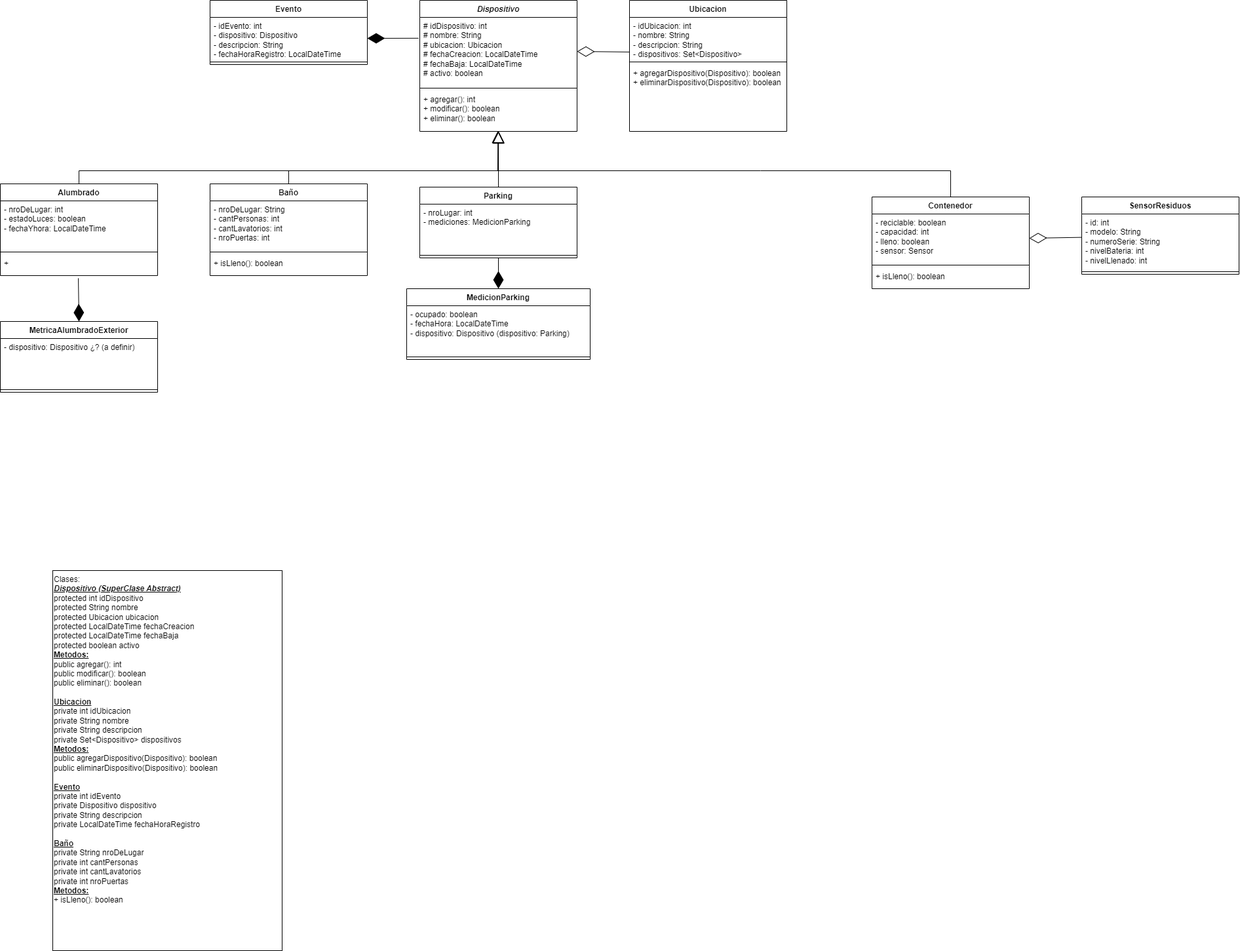
BarbaraNewman/grupo-17-OO2-2023 keeps this draw.io diagram as Diagrama de Clases - Grupo 17.png. Above is the earlier version. Source tidied: cells renumbered, new cells last; positions are measured from the earlier drawing's top-left corner, leaving out a move shared by most shapes.
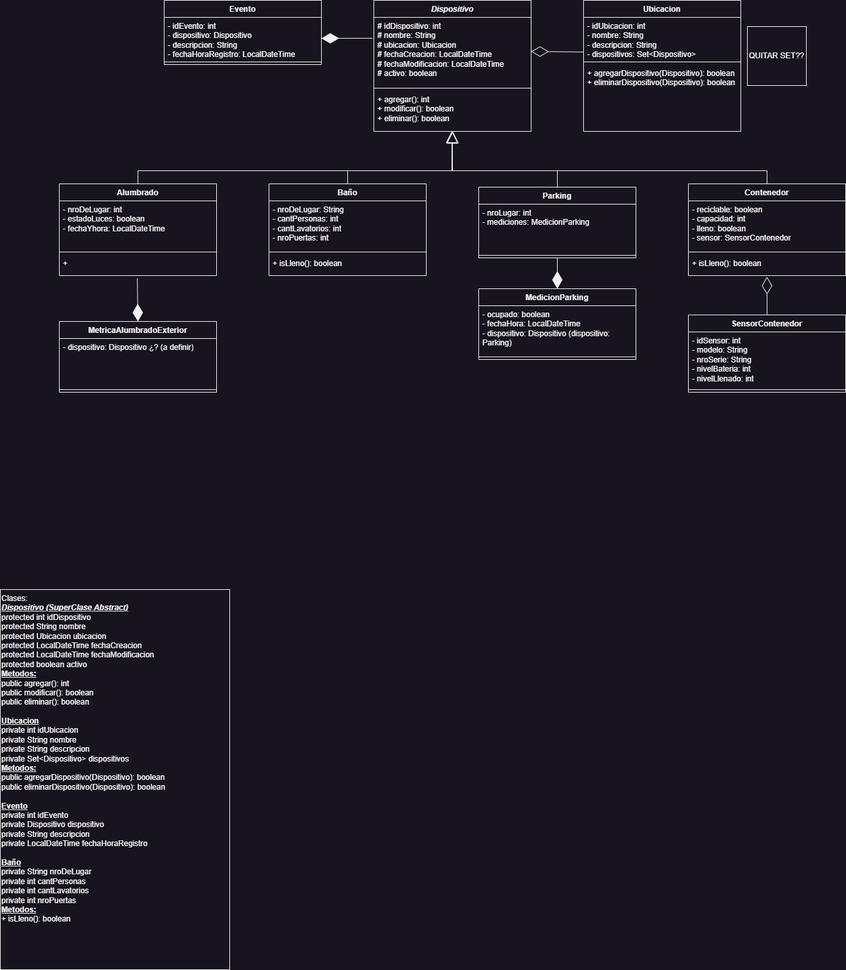
After the commit.

Commit message:
Update Diagrama de Clases

What changed in the source:
```diff
@@ -3,7 +3,7 @@
     <mxCell id="0" />
     <mxCell id="1" parent="0" />
     <mxCell id="2" value="Ubicacion" style="swimlane;fontStyle=1;align=center;verticalAlign=top;horizontal=1;startSize=26;whiteSpace=wrap;html=1;" parent="1" vertex="1">
-      <mxGeometry x="960" width="240" height="200" as="geometry" />
+      <mxGeometry x="970" y="-29" width="240" height="200" as="geometry" />
     </mxCell>
     <mxCell id="3" value="- idUbicacion: int&lt;br&gt;- nombre: String&lt;br&gt;- descripcion: String&lt;br&gt;- dispositivos: Set&amp;lt;Dispositivo&amp;gt;" style="text;strokeColor=none;fillColor=none;align=left;verticalAlign=top;spacingLeft=4;spacingRight=4;overflow=hidden;points=[[0,0.5],[1,0.5]];portConstraint=eastwest;whiteSpace=wrap;html=1;" parent="2" vertex="1">
       <mxGeometry y="26" width="240" height="64" as="geometry" />
@@ -15,9 +15,9 @@
       <mxGeometry y="98" width="240" height="102" as="geometry" />
     </mxCell>
     <mxCell id="6" value="&lt;i&gt;Dispositivo&lt;/i&gt;" style="swimlane;fontStyle=1;align=center;verticalAlign=top;horizontal=1;startSize=26;whiteSpace=wrap;html=1;" parent="1" vertex="1">
-      <mxGeometry x="640" width="240" height="200" as="geometry" />
+      <mxGeometry x="650" y="-29" width="240" height="200" as="geometry" />
     </mxCell>
-    <mxCell id="7" value="# idDispositivo: int&lt;br&gt;# nombre: String&lt;br&gt;# ubicacion: Ubicacion&lt;br&gt;# fechaCreacion: LocalDateTime&lt;br&gt;# fechaBaja: LocalDateTime&lt;br&gt;# activo: boolean" style="text;strokeColor=none;fillColor=none;align=left;verticalAlign=top;spacingLeft=4;spacingRight=4;overflow=hidden;points=[[0,0.5],[1,0.5]];portConstraint=eastwest;whiteSpace=wrap;html=1;" parent="6" vertex="1">
+    <mxCell id="7" value="# idDispositivo: int&lt;br&gt;# nombre: String&lt;br&gt;# ubicacion: Ubicacion&lt;br&gt;# fechaCreacion: LocalDateTime&lt;br&gt;# fechaModificacion: LocalDateTime&lt;br&gt;# activo: boolean" style="text;strokeColor=none;fillColor=none;align=left;verticalAlign=top;spacingLeft=4;spacingRight=4;overflow=hidden;points=[[0,0.5],[1,0.5]];portConstraint=eastwest;whiteSpace=wrap;html=1;" parent="6" vertex="1">
       <mxGeometry y="26" width="240" height="104" as="geometry" />
     </mxCell>
     <mxCell id="8" style="line;strokeWidth=1;fillColor=none;align=left;verticalAlign=middle;spacingTop=-1;spacingLeft=3;spacingRight=3;labelPosition=right;strokeColor=inherit;" parent="6" vertex="1">
@@ -27,9 +27,9 @@
       <mxGeometry y="138" width="240" height="62" as="geometry" />
     </mxCell>
     <mxCell id="10" value="Contenedor" style="swimlane;fontStyle=1;align=center;verticalAlign=top;horizontal=1;startSize=26;whiteSpace=wrap;html=1;" parent="1" vertex="1">
-      <mxGeometry x="1330" y="300" width="240" height="140" as="geometry" />
+      <mxGeometry x="1130" y="251" width="240" height="140" as="geometry" />
     </mxCell>
-    <mxCell id="11" value="- reciclable: boolean&lt;br&gt;- capacidad: int&lt;br&gt;- lleno: boolean&lt;br&gt;- sensor: Sensor" style="text;strokeColor=none;fillColor=none;align=left;verticalAlign=top;spacingLeft=4;spacingRight=4;overflow=hidden;points=[[0,0.5],[1,0.5]];portConstraint=eastwest;whiteSpace=wrap;html=1;" parent="10" vertex="1">
+    <mxCell id="11" value="- reciclable: boolean&lt;br&gt;- capacidad: int&lt;br&gt;- lleno: boolean&lt;br&gt;- sensor: SensorContenedor" style="text;strokeColor=none;fillColor=none;align=left;verticalAlign=top;spacingLeft=4;spacingRight=4;overflow=hidden;points=[[0,0.5],[1,0.5]];portConstraint=eastwest;whiteSpace=wrap;html=1;" parent="10" vertex="1">
       <mxGeometry y="26" width="240" height="74" as="geometry" />
     </mxCell>
     <mxCell id="12" style="line;strokeWidth=1;fillColor=none;align=left;verticalAlign=middle;spacingTop=-1;spacingLeft=3;spacingRight=3;labelPosition=right;strokeColor=inherit;" parent="10" vertex="1">
@@ -41,29 +41,29 @@
     <mxCell id="14" style="endArrow=block;endSize=16;endFill=0;html=1;rounded=0;exitX=0.5;exitY=0;exitDx=0;exitDy=0;entryX=0.5;entryY=1;entryDx=0;entryDy=0;entryPerimeter=0;" parent="1" edge="1" source="10" target="9">
       <mxGeometry relative="1" as="geometry">
         <Array as="points">
-          <mxPoint x="1450" y="260" />
-          <mxPoint x="1160" y="260" />
-          <mxPoint x="760" y="260" />
+          <mxPoint x="1250" y="231" />
+          <mxPoint x="930" y="231" />
+          <mxPoint x="770" y="231" />
         </Array>
       </mxGeometry>
     </mxCell>
     <mxCell id="15" style="endArrow=diamondThin;endFill=0;endSize=24;html=1;rounded=0;entryX=1;entryY=0.5;entryDx=0;entryDy=0;exitX=0;exitY=0.826;exitDx=0;exitDy=0;exitPerimeter=0;" parent="1" edge="1" source="3" target="7">
       <mxGeometry relative="1" as="geometry" />
     </mxCell>
-    <mxCell id="16" value="SensorResiduos" style="swimlane;fontStyle=1;align=center;verticalAlign=top;horizontal=1;startSize=26;whiteSpace=wrap;html=1;" parent="1" vertex="1">
-      <mxGeometry x="1650" y="300" width="240" height="118" as="geometry" />
+    <mxCell id="16" value="SensorContenedor" style="swimlane;fontStyle=1;align=center;verticalAlign=top;horizontal=1;startSize=26;whiteSpace=wrap;html=1;" parent="1" vertex="1">
+      <mxGeometry x="1130" y="451" width="240" height="118" as="geometry" />
     </mxCell>
-    <mxCell id="17" value="- id: int&lt;br&gt;- modelo: String&lt;br&gt;- numeroSerie: String&lt;br&gt;- nivelBateria: int&lt;br&gt;- nivelLlenado: int" style="text;strokeColor=none;fillColor=none;align=left;verticalAlign=top;spacingLeft=4;spacingRight=4;overflow=hidden;points=[[0,0.5],[1,0.5]];portConstraint=eastwest;whiteSpace=wrap;html=1;" parent="16" vertex="1">
+    <mxCell id="17" value="- idSensor: int&lt;br&gt;- modelo: String&lt;br&gt;- nroSerie: String&lt;br&gt;- nivelBateria: int&lt;br&gt;- nivelLlenado: int" style="text;strokeColor=none;fillColor=none;align=left;verticalAlign=top;spacingLeft=4;spacingRight=4;overflow=hidden;points=[[0,0.5],[1,0.5]];portConstraint=eastwest;whiteSpace=wrap;html=1;" parent="16" vertex="1">
       <mxGeometry y="26" width="240" height="84" as="geometry" />
     </mxCell>
     <mxCell id="18" style="line;strokeWidth=1;fillColor=none;align=left;verticalAlign=middle;spacingTop=-1;spacingLeft=3;spacingRight=3;labelPosition=right;strokeColor=inherit;" parent="16" vertex="1">
       <mxGeometry y="110" width="240" height="8" as="geometry" />
     </mxCell>
-    <mxCell id="19" style="endArrow=diamondThin;endFill=0;endSize=24;html=1;rounded=0;entryX=1;entryY=0.5;entryDx=0;entryDy=0;exitX=0.002;exitY=0.424;exitDx=0;exitDy=0;exitPerimeter=0;" parent="1" edge="1" source="17" target="11">
+    <mxCell id="19" style="endArrow=diamondThin;endFill=0;endSize=24;html=1;rounded=0;entryX=0.5;entryY=1.059;entryDx=0;entryDy=0;exitX=0.5;exitY=0;exitDx=0;exitDy=0;entryPerimeter=0;" parent="1" edge="1" source="16" target="13">
       <mxGeometry relative="1" as="geometry" />
     </mxCell>
     <mxCell id="20" value="Evento" style="swimlane;fontStyle=1;align=center;verticalAlign=top;horizontal=1;startSize=26;whiteSpace=wrap;html=1;" parent="1" vertex="1">
-      <mxGeometry x="320" width="240" height="98" as="geometry" />
+      <mxGeometry x="330" y="-29" width="240" height="98" as="geometry" />
     </mxCell>
     <mxCell id="21" value="- idEvento: int&lt;br&gt;- dispositivo: Dispositivo&lt;br&gt;- descripcion: String&lt;br&gt;- fechaHoraRegistro: LocalDateTime" style="text;strokeColor=none;fillColor=none;align=left;verticalAlign=top;spacingLeft=4;spacingRight=4;overflow=hidden;points=[[0,0.5],[1,0.5]];portConstraint=eastwest;whiteSpace=wrap;html=1;" parent="20" vertex="1">
       <mxGeometry y="26" width="240" height="64" as="geometry" />
@@ -75,7 +75,7 @@
       <mxGeometry relative="1" as="geometry" />
     </mxCell>
     <mxCell id="24" value="Baño" style="swimlane;fontStyle=1;align=center;verticalAlign=top;horizontal=1;startSize=26;whiteSpace=wrap;html=1;" parent="1" vertex="1">
-      <mxGeometry x="320" y="280" width="240" height="140" as="geometry" />
+      <mxGeometry x="490" y="251" width="240" height="140" as="geometry" />
     </mxCell>
     <mxCell id="25" value="- nroDeLugar: String&lt;br&gt;- cantPersonas: int&lt;br&gt;- cantLavatorios: int&lt;br&gt;- nroPuertas: int" style="text;strokeColor=none;fillColor=none;align=left;verticalAlign=top;spacingLeft=4;spacingRight=4;overflow=hidden;whiteSpace=wrap;html=1;" parent="24" vertex="1">
       <mxGeometry y="26" width="240" height="74" as="geometry" />
@@ -89,23 +89,23 @@
     <mxCell id="28" style="endArrow=block;endSize=16;endFill=0;html=1;rounded=0;exitX=0.5;exitY=0;exitDx=0;exitDy=0;entryX=0.497;entryY=0.984;entryDx=0;entryDy=0;entryPerimeter=0;" parent="1" edge="1" source="24" target="9">
       <mxGeometry relative="1" as="geometry">
         <Array as="points">
-          <mxPoint x="440" y="260" />
-          <mxPoint x="759" y="260" />
+          <mxPoint x="610" y="231" />
+          <mxPoint x="769" y="231" />
         </Array>
       </mxGeometry>
     </mxCell>
     <mxCell id="29" style="endArrow=block;endSize=16;endFill=0;html=1;rounded=0;exitX=0.5;exitY=0;exitDx=0;exitDy=0;" parent="1" edge="1">
       <mxGeometry x="-0.55" relative="1" as="geometry">
-        <mxPoint x="120" y="280" as="sourcePoint" />
-        <mxPoint x="760" y="200" as="targetPoint" />
+        <mxPoint x="290" y="251" as="sourcePoint" />
+        <mxPoint x="770" y="171" as="targetPoint" />
         <Array as="points">
-          <mxPoint x="120" y="260" />
-          <mxPoint x="760" y="260" />
+          <mxPoint x="290" y="231" />
+          <mxPoint x="770" y="231" />
         </Array>
       </mxGeometry>
     </mxCell>
     <mxCell id="30" value="MetricaAlumbradoExterior" style="swimlane;fontStyle=1;align=center;verticalAlign=top;horizontal=1;startSize=26;whiteSpace=wrap;html=1;" parent="1" vertex="1">
-      <mxGeometry y="490" width="240" height="108" as="geometry" />
+      <mxGeometry x="170" y="461" width="240" height="108" as="geometry" />
     </mxCell>
     <mxCell id="31" value="- dispositivo: Dispositivo ¿? (a definir)" style="text;strokeColor=none;fillColor=none;align=left;verticalAlign=top;spacingLeft=4;spacingRight=4;overflow=hidden;whiteSpace=wrap;html=1;" parent="30" vertex="1">
       <mxGeometry y="26" width="240" height="74" as="geometry" />
@@ -114,7 +114,7 @@
       <mxGeometry y="100" width="240" height="8" as="geometry" />
     </mxCell>
     <mxCell id="33" value="Parking" style="swimlane;fontStyle=1;align=center;verticalAlign=top;horizontal=1;startSize=26;whiteSpace=wrap;html=1;" parent="1" vertex="1">
-      <mxGeometry x="640" y="285" width="240" height="108" as="geometry" />
+      <mxGeometry x="810" y="256" width="240" height="108" as="geometry" />
     </mxCell>
     <mxCell id="34" value="- nroLugar: int&lt;br&gt;- mediciones: MedicionParking" style="text;strokeColor=none;fillColor=none;align=left;verticalAlign=top;spacingLeft=4;spacingRight=4;overflow=hidden;whiteSpace=wrap;html=1;" parent="33" vertex="1">
       <mxGeometry y="26" width="240" height="74" as="geometry" />
@@ -123,16 +123,21 @@
       <mxGeometry y="100" width="240" height="8" as="geometry" />
     </mxCell>
     <mxCell id="36" style="endArrow=block;endSize=16;endFill=0;html=1;rounded=0;exitX=0.5;exitY=0;exitDx=0;exitDy=0;entryX=0.5;entryY=0.985;entryDx=0;entryDy=0;entryPerimeter=0;" parent="1" edge="1" source="33" target="9">
-      <mxGeometry x="-0.42" relative="1" as="geometry" />
+      <mxGeometry x="-0.42" relative="1" as="geometry">
+        <Array as="points">
+          <mxPoint x="930" y="231" />
+          <mxPoint x="770" y="231" />
+        </Array>
+      </mxGeometry>
     </mxCell>
     <mxCell id="37" value="MedicionParking" style="swimlane;fontStyle=1;align=center;verticalAlign=top;horizontal=1;startSize=26;whiteSpace=wrap;html=1;" parent="1" vertex="1">
-      <mxGeometry x="620" y="440" width="280" height="108" as="geometry" />
+      <mxGeometry x="810" y="411" width="240" height="108" as="geometry" />
     </mxCell>
     <mxCell id="38" value="- ocupado: boolean&lt;br&gt;- fechaHora: LocalDateTime&lt;br&gt;- dispositivo: Dispositivo (dispositivo: Parking)" style="text;strokeColor=none;fillColor=none;align=left;verticalAlign=top;spacingLeft=4;spacingRight=4;overflow=hidden;whiteSpace=wrap;html=1;" parent="37" vertex="1">
-      <mxGeometry y="26" width="280" height="74" as="geometry" />
+      <mxGeometry y="26" width="240" height="74" as="geometry" />
     </mxCell>
     <mxCell id="39" style="line;strokeWidth=1;fillColor=none;align=left;verticalAlign=middle;spacingTop=-1;spacingLeft=3;spacingRight=3;labelPosition=right;strokeColor=inherit;" parent="37" vertex="1">
-      <mxGeometry y="100" width="280" height="8" as="geometry" />
+      <mxGeometry y="100" width="240" height="8" as="geometry" />
     </mxCell>
     <mxCell id="40" style="endArrow=diamondThin;endFill=1;endSize=24;html=1;rounded=0;entryX=0.5;entryY=0;entryDx=0;entryDy=0;exitX=0.5;exitY=1;exitDx=0;exitDy=0;" parent="1" edge="1" source="33" target="37">
       <mxGeometry relative="1" as="geometry" />
@@ -140,11 +145,11 @@
     <mxCell id="41" style="endArrow=diamondThin;endFill=1;endSize=24;html=1;rounded=0;exitX=0.496;exitY=1.125;exitDx=0;exitDy=0;entryX=0.5;entryY=0;entryDx=0;entryDy=0;exitPerimeter=0;" parent="1" edge="1" source="46" target="30">
       <mxGeometry relative="1" as="geometry" />
     </mxCell>
-    <mxCell id="42" value="Clases:&lt;br&gt;&lt;i style=&quot;font-weight: 700;&quot;&gt;&lt;u&gt;Dispositivo (SuperClase Abstract)&lt;/u&gt;&lt;br&gt;&lt;/i&gt;protected int&amp;nbsp;idDispositivo&lt;br style=&quot;&quot;&gt;protected String&amp;nbsp;&lt;span style=&quot;&quot;&gt;nombre&lt;/span&gt;&lt;br style=&quot;&quot;&gt;protected Ubicacion&amp;nbsp;&lt;span style=&quot;&quot;&gt;ubicacion&lt;/span&gt;&lt;br style=&quot;&quot;&gt;protected LocalDateTime&amp;nbsp;&lt;span style=&quot;&quot;&gt;fechaCreacion&lt;/span&gt;&lt;br style=&quot;&quot;&gt;protected LocalDateTime&amp;nbsp;&lt;span style=&quot;&quot;&gt;fechaBaja&lt;/span&gt;&lt;br style=&quot;&quot;&gt;protected boolean&amp;nbsp;&lt;span style=&quot;&quot;&gt;activo&lt;br&gt;&lt;/span&gt;&lt;span style=&quot;font-weight: 700;&quot;&gt;&lt;u&gt;Metodos:&lt;/u&gt;&lt;br&gt;&lt;/span&gt;public agregar(): int&lt;br&gt;public&amp;nbsp;modificar(): boolean&lt;br&gt;public&amp;nbsp;eliminar(): boolean&lt;br&gt;&lt;i style=&quot;font-weight: 700;&quot;&gt;&lt;br&gt;&lt;/i&gt;&lt;b&gt;&lt;u&gt;Ubicacion&lt;/u&gt;&lt;/b&gt;&lt;br&gt;&lt;div style=&quot;&quot;&gt;private int idUbicacion&lt;/div&gt;&lt;div style=&quot;&quot;&gt;private String nombre&lt;/div&gt;&lt;div style=&quot;&quot;&gt;private String descripcion&lt;/div&gt;&lt;div style=&quot;&quot;&gt;private Set&amp;lt;Dispositivo&amp;gt; dispositivos&lt;/div&gt;&lt;div style=&quot;&quot;&gt;&lt;u style=&quot;font-weight: 700;&quot;&gt;Metodos:&lt;/u&gt;&lt;br&gt;&lt;/div&gt;public&amp;nbsp;&lt;span style=&quot;background-color: initial;&quot;&gt;agregarDispositivo(Dispositivo): boolean&lt;/span&gt;&lt;br&gt;public&amp;nbsp;eliminarDispositivo(Dispositivo): boolean&lt;br&gt;&lt;br&gt;&lt;span style=&quot;font-weight: 700; text-align: center;&quot;&gt;&lt;u&gt;Evento&lt;br&gt;&lt;/u&gt;&lt;/span&gt;private int idEvento&lt;br&gt;private Dispositivo dispositivo&lt;br&gt;private String&amp;nbsp;descripcion&lt;br&gt;private LocalDateTime fechaHoraRegistro&lt;br&gt;&lt;br&gt;&lt;span style=&quot;font-weight: 700; text-align: center;&quot;&gt;&lt;u&gt;Baño&lt;br&gt;&lt;/u&gt;&lt;/span&gt;private String nroDeLugar&lt;br&gt;private&amp;nbsp;int cantPersonas&lt;br&gt;private&amp;nbsp;int&amp;nbsp;cantLavatorios&lt;br&gt;private&amp;nbsp;int nroPuertas&lt;br&gt;&lt;b&gt;&lt;u&gt;Metodos:&lt;/u&gt;&lt;/b&gt;&lt;br&gt;+ isLleno(): boolean&lt;span style=&quot;background-color: initial;&quot;&gt;&lt;br&gt;&lt;/span&gt;" style="html=1;whiteSpace=wrap;align=left;verticalAlign=top;" parent="1" vertex="1">
+    <mxCell id="42" value="Clases:&lt;br&gt;&lt;i style=&quot;font-weight: 700;&quot;&gt;&lt;u&gt;Dispositivo (SuperClase Abstract)&lt;/u&gt;&lt;br&gt;&lt;/i&gt;protected int&amp;nbsp;idDispositivo&lt;br style=&quot;&quot;&gt;protected String&amp;nbsp;&lt;span style=&quot;&quot;&gt;nombre&lt;/span&gt;&lt;br style=&quot;&quot;&gt;protected Ubicacion&amp;nbsp;&lt;span style=&quot;&quot;&gt;ubicacion&lt;/span&gt;&lt;br style=&quot;&quot;&gt;protected LocalDateTime&amp;nbsp;&lt;span style=&quot;&quot;&gt;fechaCreacion&lt;/span&gt;&lt;br style=&quot;&quot;&gt;protected LocalDateTime&amp;nbsp;fechaModificacion&lt;br style=&quot;&quot;&gt;protected boolean&amp;nbsp;&lt;span style=&quot;&quot;&gt;activo&lt;br&gt;&lt;/span&gt;&lt;span style=&quot;font-weight: 700;&quot;&gt;&lt;u&gt;Metodos:&lt;/u&gt;&lt;br&gt;&lt;/span&gt;public agregar(): int&lt;br&gt;public&amp;nbsp;modificar(): boolean&lt;br&gt;public&amp;nbsp;eliminar(): boolean&lt;br&gt;&lt;i style=&quot;font-weight: 700;&quot;&gt;&lt;br&gt;&lt;/i&gt;&lt;b&gt;&lt;u&gt;Ubicacion&lt;/u&gt;&lt;/b&gt;&lt;br&gt;&lt;div style=&quot;&quot;&gt;private int idUbicacion&lt;/div&gt;&lt;div style=&quot;&quot;&gt;private String nombre&lt;/div&gt;&lt;div style=&quot;&quot;&gt;private String descripcion&lt;/div&gt;&lt;div style=&quot;&quot;&gt;private Set&amp;lt;Dispositivo&amp;gt; dispositivos&lt;/div&gt;&lt;div style=&quot;&quot;&gt;&lt;u style=&quot;font-weight: 700;&quot;&gt;Metodos:&lt;/u&gt;&lt;br&gt;&lt;/div&gt;public&amp;nbsp;&lt;span style=&quot;background-color: initial;&quot;&gt;agregarDispositivo(Dispositivo): boolean&lt;/span&gt;&lt;br&gt;public&amp;nbsp;eliminarDispositivo(Dispositivo): boolean&lt;br&gt;&lt;br&gt;&lt;span style=&quot;font-weight: 700; text-align: center;&quot;&gt;&lt;u&gt;Evento&lt;br&gt;&lt;/u&gt;&lt;/span&gt;private int idEvento&lt;br&gt;private Dispositivo dispositivo&lt;br&gt;private String&amp;nbsp;descripcion&lt;br&gt;private LocalDateTime fechaHoraRegistro&lt;br&gt;&lt;br&gt;&lt;span style=&quot;font-weight: 700; text-align: center;&quot;&gt;&lt;u&gt;Baño&lt;br&gt;&lt;/u&gt;&lt;/span&gt;private String nroDeLugar&lt;br&gt;private&amp;nbsp;int cantPersonas&lt;br&gt;private&amp;nbsp;int&amp;nbsp;cantLavatorios&lt;br&gt;private&amp;nbsp;int nroPuertas&lt;br&gt;&lt;b&gt;&lt;u&gt;Metodos:&lt;/u&gt;&lt;/b&gt;&lt;br&gt;+ isLleno(): boolean&lt;span style=&quot;background-color: initial;&quot;&gt;&lt;br&gt;&lt;/span&gt;" style="html=1;whiteSpace=wrap;align=left;verticalAlign=top;" parent="1" vertex="1">
       <mxGeometry x="80" y="870" width="350" height="580" as="geometry" />
     </mxCell>
     <mxCell id="43" value="Alumbrado" style="swimlane;fontStyle=1;align=center;verticalAlign=top;horizontal=1;startSize=26;whiteSpace=wrap;html=1;" parent="1" vertex="1">
-      <mxGeometry y="280" width="240" height="140" as="geometry" />
+      <mxGeometry x="170" y="251" width="240" height="140" as="geometry" />
     </mxCell>
     <mxCell id="44" value="&lt;div&gt;- nroDeLugar: int&lt;/div&gt;&lt;div&gt;- estadoLuces: boolean&lt;/div&gt;&lt;div&gt;- fechaYhora: LocalDateTime&lt;/div&gt;&lt;div&gt;&lt;br&gt;&lt;/div&gt;" style="text;strokeColor=none;fillColor=none;align=left;verticalAlign=top;spacingLeft=4;spacingRight=4;overflow=hidden;whiteSpace=wrap;html=1;" parent="43" vertex="1">
       <mxGeometry y="26" width="240" height="74" as="geometry" />
@@ -155,5 +160,8 @@
     <mxCell id="46" value="+&amp;nbsp;&amp;nbsp;" style="text;strokeColor=none;fillColor=none;align=left;verticalAlign=top;spacingLeft=4;spacingRight=4;overflow=hidden;points=[[0,0.5],[1,0.5]];portConstraint=eastwest;whiteSpace=wrap;html=1;" parent="43" vertex="1">
       <mxGeometry y="108" width="240" height="32" as="geometry" />
     </mxCell>
+    <mxCell id="47" value="QUITAR SET??" style="whiteSpace=wrap;html=1;" parent="1" vertex="1">
+      <mxGeometry x="1220" y="11" width="90" height="90" as="geometry" />
+    </mxCell>
   </root>
 </mxGraphModel>
```
